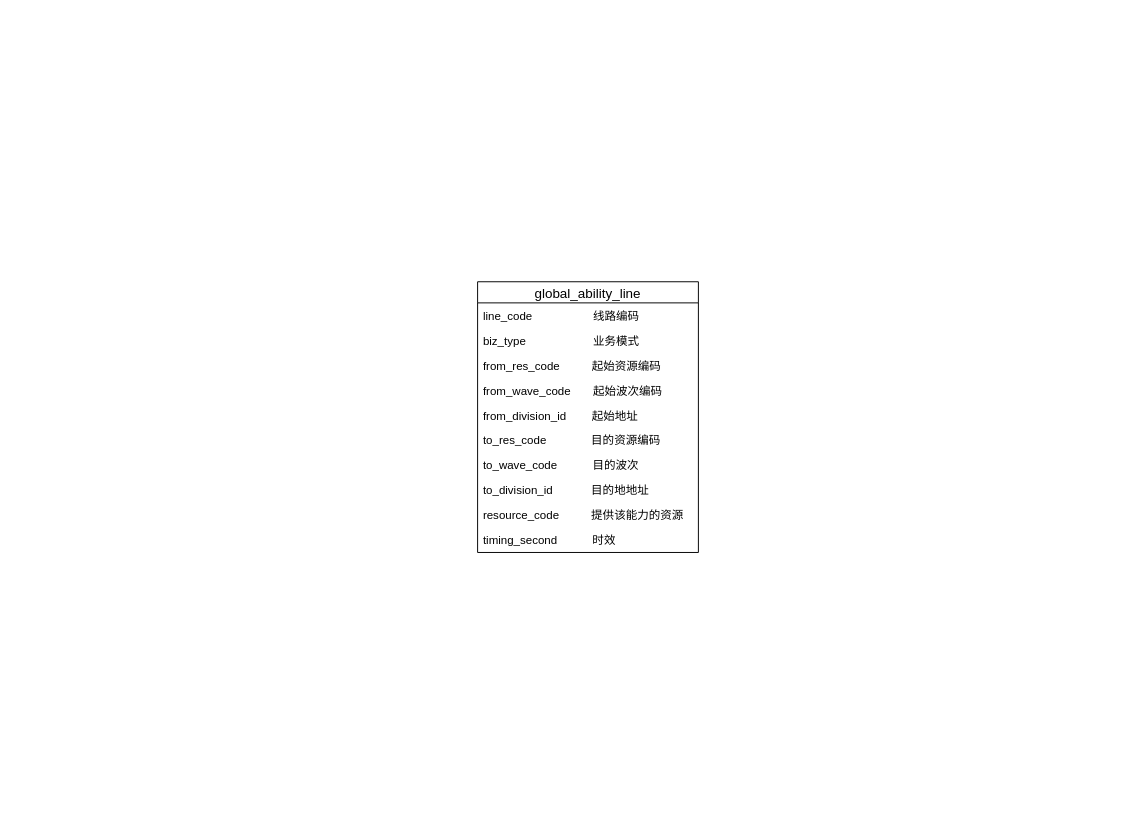
Earlier version of the draw.io diagram lazada-能力层.drawio (shaonianwu/cainiao). Source tidied: cells renumbered, new cells numbered last; positions are measured from the earlier drawing's top-left corner, leaving out a move shared by most shapes. Both pictures are drawn from the tidied source at 96%, with x=0, y=0 at pixel (477, 281).
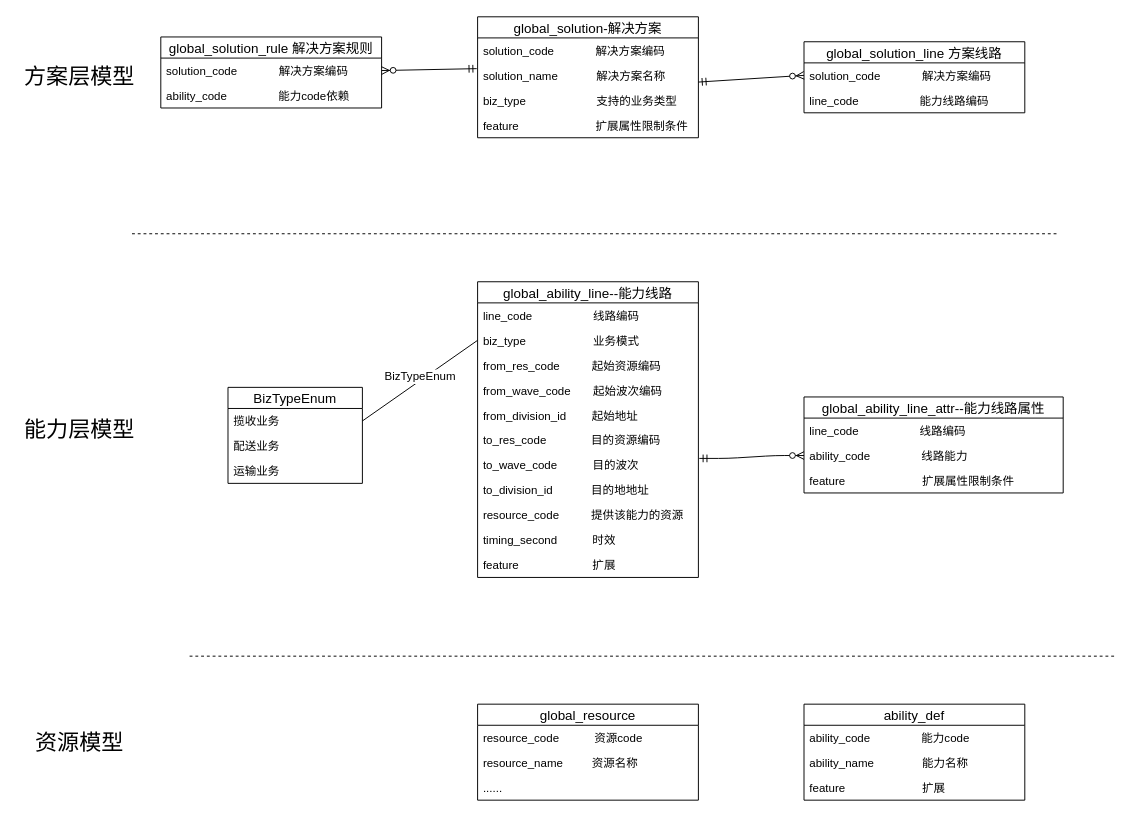
Above is the later version.

Unchanged cells that the change refers to:
```xml
<mxCell id="4" value="biz_type                     业务模式" style="text;strokeColor=none;fillColor=none;spacingLeft=4;spacingRight=4;overflow=hidden;points=[[0,0.5],[1,0.5]];portConstraint=eastwest;fontSize=12;" parent="2" vertex="1">
  <mxGeometry y="48" width="230" height="26" as="geometry" />
</mxCell>
<mxCell id="9" value="to_wave_code           目的波次" style="text;strokeColor=none;fillColor=none;spacingLeft=4;spacingRight=4;overflow=hidden;points=[[0,0.5],[1,0.5]];portConstraint=eastwest;fontSize=12;" parent="2" vertex="1">
  <mxGeometry y="178" width="230" height="26" as="geometry" />
</mxCell>
```

Change to the diagram source:
```diff
@@
-    <mxCell id="2" value="global_ability_line" style="swimlane;fontStyle=0;horizontal=1;startSize=22;fillColor=none;swimlaneFillColor=#ffffff;align=center;fontSize=14;" parent="1" vertex="1">
-      <mxGeometry width="230" height="282" as="geometry" />
+    <mxCell id="2" value="global_ability_line--能力线路" style="swimlane;fontStyle=0;horizontal=1;startSize=22;fillColor=none;swimlaneFillColor=#ffffff;align=center;fontSize=14;" parent="1" vertex="1">
+      <mxGeometry width="230" height="308" as="geometry" />
     </mxCell>
@@
+    <mxCell id="13" value="feature                       扩展" style="text;strokeColor=none;fillColor=none;spacingLeft=4;spacingRight=4;overflow=hidden;fontSize=12;" parent="2" vertex="1">
+      <mxGeometry y="282" width="230" height="26" as="geometry" />
+    </mxCell>
+    <mxCell id="14" value="global_ability_line_attr--能力线路属性" style="swimlane;fontStyle=0;horizontal=1;startSize=22;fillColor=none;swimlaneFillColor=#ffffff;align=center;fontSize=14;" parent="1" vertex="1">
+      <mxGeometry x="340" y="120" width="270" height="100" as="geometry" />
+    </mxCell>
+    <mxCell id="15" value="line_code                   线路编码" style="text;strokeColor=none;fillColor=none;spacingLeft=4;spacingRight=4;overflow=hidden;fontSize=12;" parent="14" vertex="1">
+      <mxGeometry y="22" width="270" height="26" as="geometry" />
+    </mxCell>
+    <mxCell id="16" value="ability_code                线路能力" style="text;strokeColor=none;fillColor=none;spacingLeft=4;spacingRight=4;overflow=hidden;points=[[0,0.5],[1,0.5]];portConstraint=eastwest;fontSize=12;" parent="14" vertex="1">
+      <mxGeometry y="48" width="270" height="26" as="geometry" />
+    </mxCell>
+    <mxCell id="17" value="feature                        扩展属性限制条件" style="text;strokeColor=none;fillColor=none;spacingLeft=4;spacingRight=4;overflow=hidden;fontSize=12;" parent="14" vertex="1">
+      <mxGeometry y="74" width="270" height="26" as="geometry" />
+    </mxCell>
+    <mxCell id="18" style="edgeStyle=entityRelationEdgeStyle;fontSize=12;html=1;endArrow=ERzeroToMany;startArrow=ERmandOne;entryX=0;entryY=0.5;entryDx=0;entryDy=0;exitX=1.004;exitY=0.231;exitDx=0;exitDy=0;exitPerimeter=0;" parent="1" edge="1" source="9" target="16">
+      <mxGeometry relative="1" as="geometry" />
+    </mxCell>
+    <mxCell id="19" value="BizTypeEnum" style="swimlane;fontStyle=0;horizontal=1;startSize=22;fillColor=none;swimlaneFillColor=#ffffff;align=center;fontSize=14;" parent="1" vertex="1">
+      <mxGeometry x="-260" y="110" width="140" height="100" as="geometry" />
+    </mxCell>
+    <mxCell id="20" value="揽收业务" style="text;strokeColor=none;fillColor=none;spacingLeft=4;spacingRight=4;overflow=hidden;points=[[0,0.5],[1,0.5]];portConstraint=eastwest;fontSize=12;" parent="19" vertex="1">
+      <mxGeometry y="22" width="140" height="26" as="geometry" />
+    </mxCell>
+    <mxCell id="21" value="配送业务" style="text;strokeColor=none;fillColor=none;spacingLeft=4;spacingRight=4;overflow=hidden;fontSize=12;" parent="19" vertex="1">
+      <mxGeometry y="48" width="140" height="26" as="geometry" />
+    </mxCell>
+    <mxCell id="22" value="运输业务" style="text;strokeColor=none;fillColor=none;spacingLeft=4;spacingRight=4;overflow=hidden;fontSize=12;" parent="19" vertex="1">
+      <mxGeometry y="74" width="140" height="26" as="geometry" />
+    </mxCell>
+    <mxCell id="23" style="endArrow=none;html=1;rounded=0;entryX=0;entryY=0.5;entryDx=0;entryDy=0;exitX=1;exitY=0.5;exitDx=0;exitDy=0;" parent="1" edge="1" source="20" target="4">
+      <mxGeometry relative="1" as="geometry" />
+    </mxCell>
+    <mxCell id="24" value="BizTypeEnum" style="text;html=1;align=center;verticalAlign=middle;labelBackgroundColor=#ffffff;" parent="23" vertex="1">
+      <mxGeometry x="0.02" y="4" relative="1" as="geometry" />
+    </mxCell>
+    <mxCell id="25" value="ability_def" style="swimlane;fontStyle=0;horizontal=1;startSize=22;fillColor=none;swimlaneFillColor=#ffffff;align=center;fontSize=14;" parent="1" vertex="1">
+      <mxGeometry x="340" y="440" width="230" height="100" as="geometry" />
+    </mxCell>
+    <mxCell id="26" value="ability_code                能力code" style="text;strokeColor=none;fillColor=none;spacingLeft=4;spacingRight=4;overflow=hidden;fontSize=12;" parent="25" vertex="1">
+      <mxGeometry y="22" width="230" height="26" as="geometry" />
+    </mxCell>
+    <mxCell id="27" value="ability_name               能力名称" style="text;strokeColor=none;fillColor=none;spacingLeft=4;spacingRight=4;overflow=hidden;fontSize=12;" parent="25" vertex="1">
+      <mxGeometry y="48" width="230" height="26" as="geometry" />
+    </mxCell>
+    <mxCell id="28" value="feature                        扩展" style="text;strokeColor=none;fillColor=none;spacingLeft=4;spacingRight=4;overflow=hidden;fontSize=12;" parent="25" vertex="1">
+      <mxGeometry y="74" width="230" height="26" as="geometry" />
+    </mxCell>
+    <mxCell id="29" value="global_resource" style="swimlane;fontStyle=0;horizontal=1;startSize=22;fillColor=none;swimlaneFillColor=#ffffff;align=center;fontSize=14;" parent="1" vertex="1">
+      <mxGeometry y="440" width="230" height="100" as="geometry" />
+    </mxCell>
+    <mxCell id="30" value="resource_code           资源code" style="text;strokeColor=none;fillColor=none;spacingLeft=4;spacingRight=4;overflow=hidden;fontSize=12;" parent="29" vertex="1">
+      <mxGeometry y="22" width="230" height="26" as="geometry" />
+    </mxCell>
+    <mxCell id="31" value="resource_name         资源名称" style="text;strokeColor=none;fillColor=none;spacingLeft=4;spacingRight=4;overflow=hidden;fontSize=12;" parent="29" vertex="1">
+      <mxGeometry y="48" width="230" height="26" as="geometry" />
+    </mxCell>
+    <mxCell id="32" value="......                      " style="text;strokeColor=none;fillColor=none;spacingLeft=4;spacingRight=4;overflow=hidden;fontSize=12;" parent="29" vertex="1">
+      <mxGeometry y="74" width="230" height="26" as="geometry" />
+    </mxCell>
+    <mxCell id="33" style="endArrow=none;dashed=1;html=1;" parent="1" edge="1">
+      <mxGeometry relative="1" as="geometry">
+        <mxPoint x="-360" y="-50" as="sourcePoint" />
+        <mxPoint x="604" y="-50" as="targetPoint" />
+      </mxGeometry>
+    </mxCell>
+    <mxCell id="34" value="&lt;font style=&quot;font-size: 23px&quot;&gt;资源模型&lt;/font&gt;" style="text;html=1;align=center;verticalAlign=middle;" parent="1" vertex="1">
+      <mxGeometry x="-470" y="470" width="110" height="20" as="geometry" />
+    </mxCell>
+    <mxCell id="35" value="&lt;font style=&quot;font-size: 23px&quot;&gt;能力层模型&lt;/font&gt;" style="text;html=1;align=center;verticalAlign=middle;" parent="1" vertex="1">
+      <mxGeometry x="-480" y="144" width="130" height="20" as="geometry" />
+    </mxCell>
+    <mxCell id="36" style="endArrow=none;dashed=1;html=1;" parent="1" edge="1">
+      <mxGeometry relative="1" as="geometry">
+        <mxPoint x="-300" y="390" as="sourcePoint" />
+        <mxPoint x="664" y="390" as="targetPoint" />
+      </mxGeometry>
+    </mxCell>
+    <mxCell id="37" value="global_solution-解决方案" style="swimlane;fontStyle=0;horizontal=1;startSize=22;fillColor=none;swimlaneFillColor=#ffffff;align=center;fontSize=14;" parent="1" vertex="1">
+      <mxGeometry y="-276" width="230" height="126" as="geometry" />
+    </mxCell>
+    <mxCell id="38" value="solution_code             解决方案编码" style="text;strokeColor=none;fillColor=none;spacingLeft=4;spacingRight=4;overflow=hidden;fontSize=12;" parent="37" vertex="1">
+      <mxGeometry y="22" width="230" height="26" as="geometry" />
+    </mxCell>
+    <mxCell id="39" value="solution_name            解决方案名称" style="text;strokeColor=none;fillColor=none;spacingLeft=4;spacingRight=4;overflow=hidden;points=[[0,0.5],[1,0.5]];portConstraint=eastwest;fontSize=12;" parent="37" vertex="1">
+      <mxGeometry y="48" width="230" height="26" as="geometry" />
+    </mxCell>
+    <mxCell id="40" value="biz_type                      支持的业务类型" style="text;strokeColor=none;fillColor=none;spacingLeft=4;spacingRight=4;overflow=hidden;fontSize=12;" parent="37" vertex="1">
+      <mxGeometry y="74" width="230" height="26" as="geometry" />
+    </mxCell>
+    <mxCell id="41" value="feature                        扩展属性限制条件" style="text;strokeColor=none;fillColor=none;spacingLeft=4;spacingRight=4;overflow=hidden;fontSize=12;" parent="37" vertex="1">
+      <mxGeometry y="100" width="230" height="26" as="geometry" />
+    </mxCell>
+    <mxCell id="42" value="global_solution_line 方案线路" style="swimlane;fontStyle=0;horizontal=1;startSize=22;fillColor=none;swimlaneFillColor=#ffffff;align=center;fontSize=14;" parent="1" vertex="1">
+      <mxGeometry x="340" y="-250" width="230" height="74" as="geometry" />
+    </mxCell>
+    <mxCell id="43" value="solution_code             解决方案编码" style="text;strokeColor=none;fillColor=none;spacingLeft=4;spacingRight=4;overflow=hidden;points=[[0,0.5],[1,0.5]];portConstraint=eastwest;fontSize=12;" parent="42" vertex="1">
+      <mxGeometry y="22" width="230" height="26" as="geometry" />
+    </mxCell>
+    <mxCell id="44" value="line_code                   能力线路编码" style="text;strokeColor=none;fillColor=none;spacingLeft=4;spacingRight=4;overflow=hidden;fontSize=12;" parent="42" vertex="1">
+      <mxGeometry y="48" width="230" height="26" as="geometry" />
+    </mxCell>
+    <mxCell id="45" value="global_solution_rule 解决方案规则" style="swimlane;fontStyle=0;horizontal=1;startSize=22;fillColor=none;swimlaneFillColor=#ffffff;align=center;fontSize=14;" parent="1" vertex="1">
+      <mxGeometry x="-330" y="-255" width="230" height="74" as="geometry" />
+    </mxCell>
+    <mxCell id="46" value="solution_code             解决方案编码" style="text;strokeColor=none;fillColor=none;spacingLeft=4;spacingRight=4;overflow=hidden;points=[[0,0.5],[1,0.5]];portConstraint=eastwest;fontSize=12;" parent="45" vertex="1">
+      <mxGeometry y="22" width="230" height="26" as="geometry" />
+    </mxCell>
+    <mxCell id="47" value="ability_code                能力code依赖" style="text;strokeColor=none;fillColor=none;spacingLeft=4;spacingRight=4;overflow=hidden;fontSize=12;" parent="45" vertex="1">
+      <mxGeometry y="48" width="230" height="26" as="geometry" />
+    </mxCell>
+    <mxCell id="48" style="endArrow=ERmandOne;html=1;rounded=0;entryX=-0.004;entryY=0.231;entryDx=0;entryDy=0;exitX=1;exitY=0.5;exitDx=0;exitDy=0;entryPerimeter=0;startArrow=ERzeroToMany;startFill=1;endFill=0;" parent="1" edge="1" source="46" target="39">
+      <mxGeometry relative="1" as="geometry" />
+    </mxCell>
+    <mxCell id="49" style="endArrow=ERzeroToMany;html=1;entryX=0;entryY=0.5;entryDx=0;entryDy=0;exitX=1;exitY=0.769;exitDx=0;exitDy=0;exitPerimeter=0;startArrow=ERmandOne;startFill=0;endFill=1;" parent="1" edge="1" source="39" target="43">
+      <mxGeometry relative="1" as="geometry" />
+    </mxCell>
+    <mxCell id="50" value="&lt;font style=&quot;font-size: 23px&quot;&gt;方案层模型&lt;/font&gt;" style="text;html=1;align=center;verticalAlign=middle;" parent="1" vertex="1">
+      <mxGeometry x="-480" y="-223" width="130" height="20" as="geometry" />
+    </mxCell>
```
